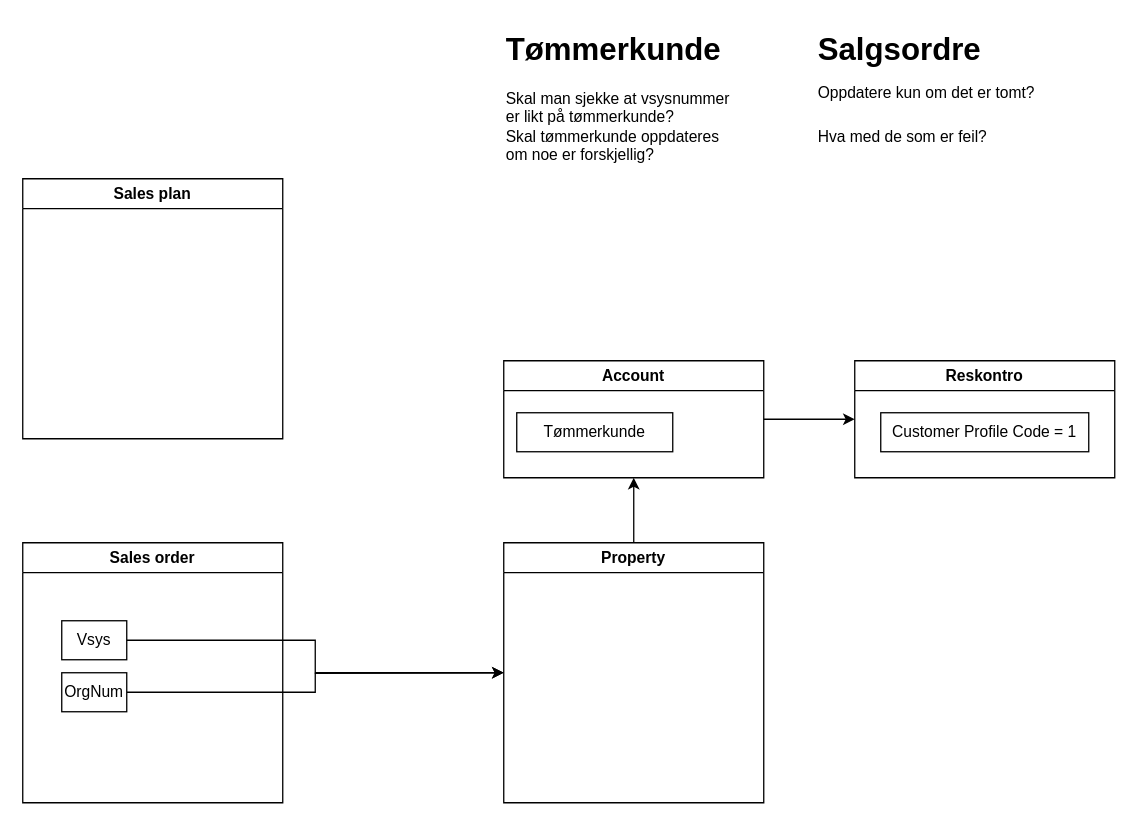
The draw.io diagram FramTre/SalesOrderUpdate.drawio in CEM-MEC/drawio, before the edit. Source tidied: cells renumbered, new cells numbered last; positions are measured from the earlier drawing's top-left corner, leaving out a move shared by most shapes. Both pictures are drawn from the tidied source at 130%, with x=0, y=0 at pixel (22, 22).
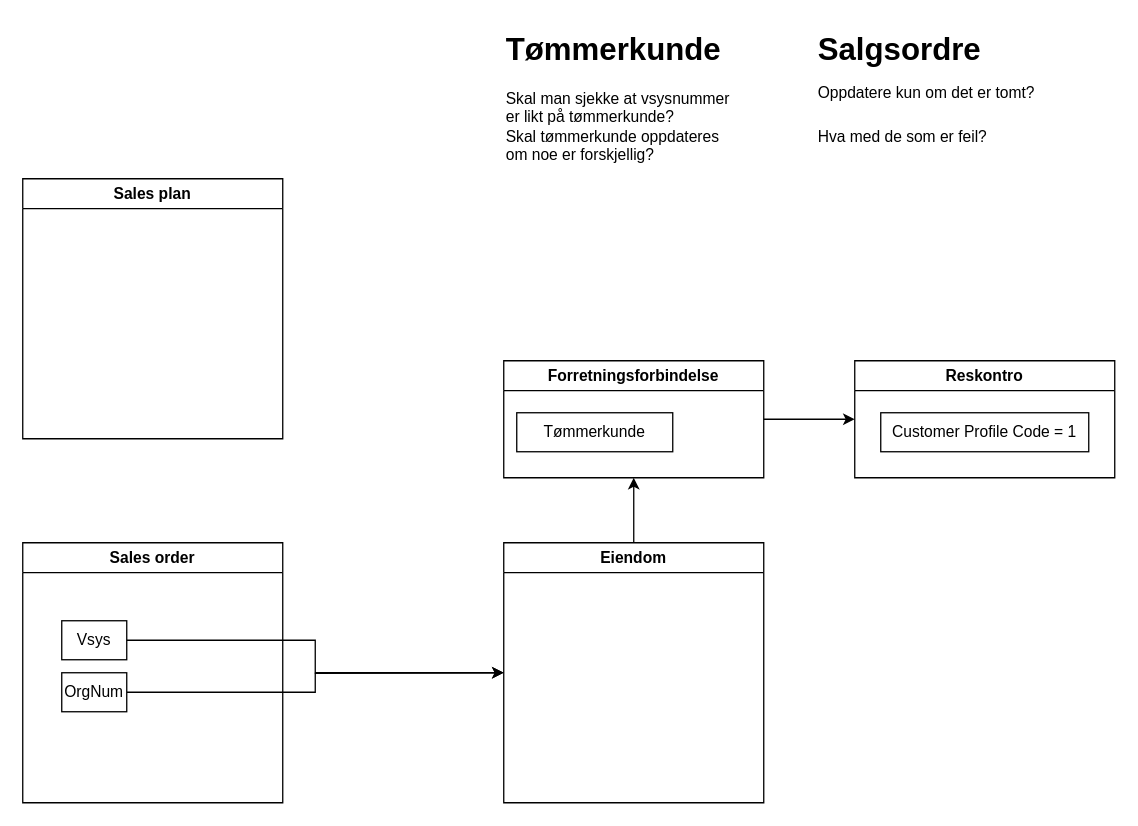
Above is the later version.

Diff of the diagram source:
```diff
@@
 <mxGraphModel>
   <root>
     <mxCell id="0" />
     <mxCell id="1" parent="0" />
     <mxCell id="2" value="Sales order" style="swimlane;whiteSpace=wrap;html=1;" parent="1" vertex="1">
       <mxGeometry y="400" width="200" height="200" as="geometry" />
     </mxCell>
     <mxCell id="3" value="Vsys" style="rounded=0;whiteSpace=wrap;html=1;" parent="2" vertex="1">
       <mxGeometry x="30" y="60" width="50" height="30" as="geometry" />
     </mxCell>
     <mxCell id="4" style="edgeStyle=orthogonalEdgeStyle;rounded=0;jettySize=auto;html=1;exitX=1;exitY=0.5;exitDx=0;exitDy=0;" parent="2" edge="1" source="5">
       <mxGeometry relative="1" as="geometry">
         <mxPoint x="370" y="100" as="targetPoint" />
       </mxGeometry>
     </mxCell>
     <mxCell id="5" value="OrgNum" style="rounded=0;whiteSpace=wrap;html=1;" parent="2" vertex="1">
       <mxGeometry x="30" y="100" width="50" height="30" as="geometry" />
     </mxCell>
     <mxCell id="6" value="Sales plan" style="swimlane;whiteSpace=wrap;html=1;" parent="1" vertex="1">
       <mxGeometry y="120" width="200" height="200" as="geometry" />
     </mxCell>
     <mxCell id="7" style="edgeStyle=orthogonalEdgeStyle;rounded=0;jettySize=auto;html=1;exitX=0.5;exitY=0;exitDx=0;exitDy=0;entryX=0.5;entryY=1;entryDx=0;entryDy=0;" parent="1" edge="1" source="8" target="10">
       <mxGeometry relative="1" as="geometry" />
     </mxCell>
-    <mxCell id="8" value="Property" style="swimlane;whiteSpace=wrap;html=1;" parent="1" vertex="1">
+    <mxCell id="8" value="Eiendom" style="swimlane;whiteSpace=wrap;html=1;" parent="1" vertex="1">
       <mxGeometry x="370" y="400" width="200" height="200" as="geometry" />
     </mxCell>
     <mxCell id="9" style="edgeStyle=orthogonalEdgeStyle;rounded=0;jettySize=auto;html=1;exitX=1;exitY=0.5;exitDx=0;exitDy=0;entryX=0;entryY=0.5;entryDx=0;entryDy=0;" parent="1" edge="1" source="3" target="8">
       <mxGeometry relative="1" as="geometry" />
     </mxCell>
-    <mxCell id="10" value="Account" style="swimlane;whiteSpace=wrap;html=1;" parent="1" vertex="1">
+    <mxCell id="10" value="Forretningsforbindelse" style="swimlane;whiteSpace=wrap;html=1;" parent="1" vertex="1">
       <mxGeometry x="370" y="260" width="200" height="90" as="geometry" />
     </mxCell>
     <mxCell id="11" value="Tømmerkunde" style="rounded=0;whiteSpace=wrap;html=1;" parent="10" vertex="1">
       <mxGeometry x="10" y="40" width="120" height="30" as="geometry" />
     </mxCell>
     <mxCell id="12" value="Reskontro" style="swimlane;whiteSpace=wrap;html=1;" parent="1" vertex="1">
       <mxGeometry x="640" y="260" width="200" height="90" as="geometry" />
     </mxCell>
     <mxCell id="13" value="Customer Profile Code = 1" style="rounded=0;whiteSpace=wrap;html=1;" parent="12" vertex="1">
       <mxGeometry x="20" y="40" width="160" height="30" as="geometry" />
     </mxCell>
     <mxCell id="14" style="endArrow=classic;html=1;rounded=0;exitX=1;exitY=0.5;exitDx=0;exitDy=0;entryX=0;entryY=0.5;entryDx=0;entryDy=0;" parent="1" edge="1" source="10" target="12">
       <mxGeometry relative="1" as="geometry" />
     </mxCell>
     <mxCell id="15" value="&lt;h1 style=&quot;margin-top: 0px;&quot;&gt;Tømmerkunde&lt;/h1&gt;&lt;p&gt;Skal man sjekke at vsysnummer er likt på tømmerkunde?&lt;br&gt;Skal tømmerkunde oppdateres om noe er forskjellig?&lt;/p&gt;&lt;p&gt;&lt;br&gt;&lt;/p&gt;&lt;p&gt;&lt;br&gt;&lt;/p&gt;" style="text;html=1;whiteSpace=wrap;overflow=hidden;rounded=0;" parent="1" vertex="1">
       <mxGeometry x="370" width="180" height="120" as="geometry" />
     </mxCell>
     <mxCell id="16" value="&lt;h1 style=&quot;margin-top: 0px;&quot;&gt;&lt;span style=&quot;background-color: transparent; color: light-dark(rgb(0, 0, 0), rgb(255, 255, 255));&quot;&gt;Salgsordre&lt;br&gt;&lt;/span&gt;&lt;span style=&quot;background-color: transparent; color: light-dark(rgb(0, 0, 0), rgb(255, 255, 255)); font-size: 12px; font-weight: normal;&quot;&gt;Oppdatere kun om det er tomt?&lt;/span&gt;&lt;/h1&gt;&lt;p&gt;Hva med de som er feil?&lt;/p&gt;" style="text;html=1;whiteSpace=wrap;overflow=hidden;rounded=0;" parent="1" vertex="1">
       <mxGeometry x="610" width="180" height="120" as="geometry" />
     </mxCell>
   </root>
 </mxGraphModel>
```
